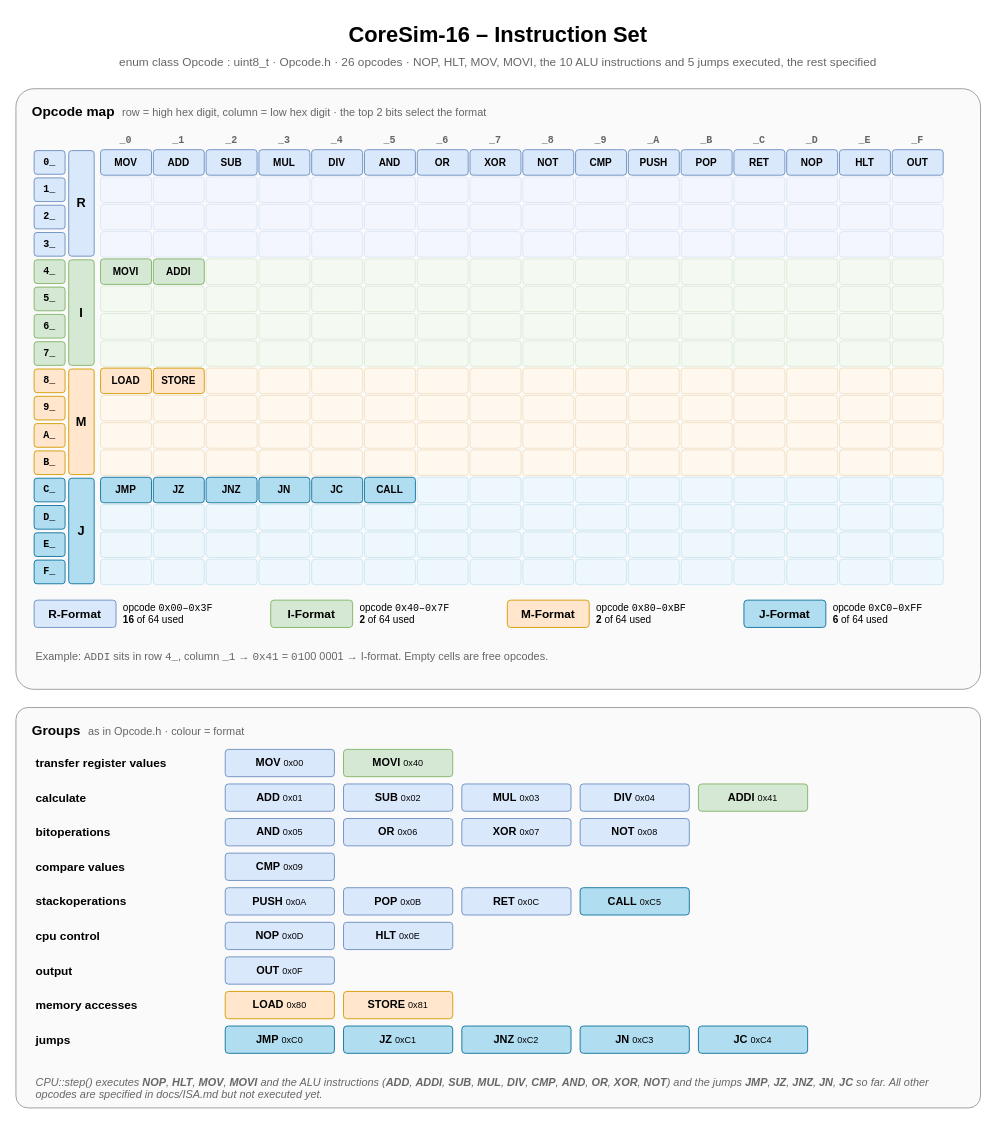
The draw.io diagram diagrams/isa.drawio in kpolet2010-hue/CoreSim, before the edit. Source tidied: cells renumbered, new cells numbered last; positions are measured from the earlier drawing's top-left corner, leaving out a move shared by most shapes. Both pictures are drawn from the tidied source at 91%, with x=0, y=0 at pixel (15, 15).
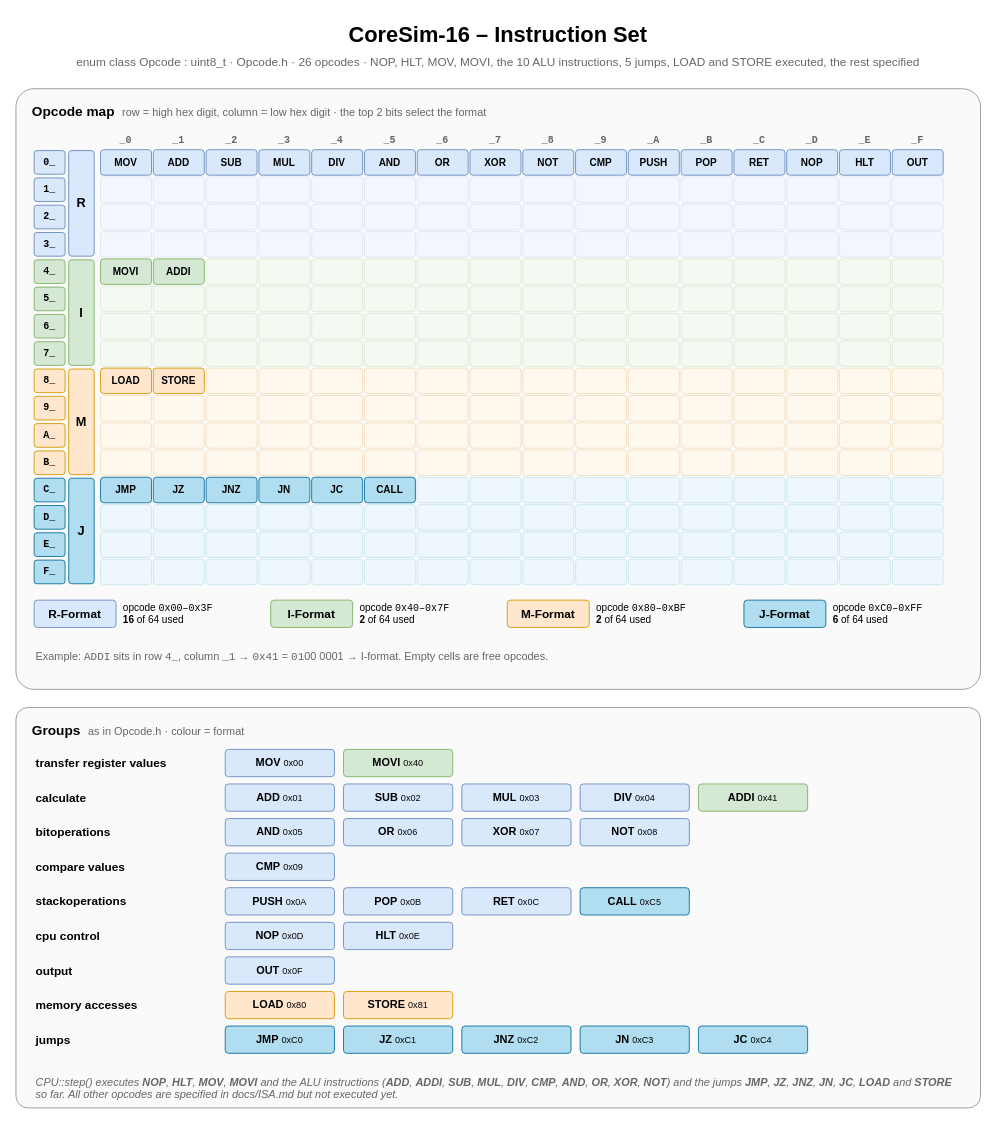
The same page after the edit.

Commit message (it also covers changes not shown here):
docs: document read16, write16, LOAD and STORE

Diff of the diagram source:
```diff
@@
-    <mxCell id="3" value="enum class Opcode : uint8_t &amp;middot; Opcode.h &amp;middot; 26 opcodes &amp;middot; NOP, HLT, MOV, MOVI, the 10 ALU instructions and 5 jumps executed, the rest specified" style="text;html=1;strokeColor=none;fillColor=none;whiteSpace=wrap;fontFamily=Helvetica;fontSize=13;fontColor=#666666;align=center;" parent="1" vertex="1">
+    <mxCell id="3" value="enum class Opcode : uint8_t &amp;middot; Opcode.h &amp;middot; 26 opcodes &amp;middot; NOP, HLT, MOV, MOVI, the 10 ALU instructions, 5 jumps, LOAD and STORE executed, the rest specified" style="text;html=1;strokeColor=none;fillColor=none;whiteSpace=wrap;fontFamily=Helvetica;fontSize=13;fontColor=#666666;align=center;" parent="1" vertex="1">
       <mxGeometry y="36" width="1060" height="24" as="geometry" />
     </mxCell>
@@
-    <mxCell id="342" value="&lt;i&gt;CPU::step() executes &lt;b&gt;NOP&lt;/b&gt;, &lt;b&gt;HLT&lt;/b&gt;, &lt;b&gt;MOV&lt;/b&gt;, &lt;b&gt;MOVI&lt;/b&gt; and the ALU instructions (&lt;b&gt;ADD&lt;/b&gt;, &lt;b&gt;ADDI&lt;/b&gt;, &lt;b&gt;SUB&lt;/b&gt;, &lt;b&gt;MUL&lt;/b&gt;, &lt;b&gt;DIV&lt;/b&gt;, &lt;b&gt;CMP&lt;/b&gt;, &lt;b&gt;AND&lt;/b&gt;, &lt;b&gt;OR&lt;/b&gt;, &lt;b&gt;XOR&lt;/b&gt;, &lt;b&gt;NOT&lt;/b&gt;) and the jumps &lt;b&gt;JMP&lt;/b&gt;, &lt;b&gt;JZ&lt;/b&gt;, &lt;b&gt;JNZ&lt;/b&gt;, &lt;b&gt;JN&lt;/b&gt;, &lt;b&gt;JC&lt;/b&gt; so far. All other opcodes are specified in docs/ISA.md but not executed yet.&lt;/i&gt;" style="text;html=1;strokeColor=none;fillColor=none;whiteSpace=wrap;fontFamily=Helvetica;fontSize=12;fontColor=#666666;align=left;" parent="1" vertex="1">
+    <mxCell id="342" value="&lt;i&gt;CPU::step() executes &lt;b&gt;NOP&lt;/b&gt;, &lt;b&gt;HLT&lt;/b&gt;, &lt;b&gt;MOV&lt;/b&gt;, &lt;b&gt;MOVI&lt;/b&gt; and the ALU instructions (&lt;b&gt;ADD&lt;/b&gt;, &lt;b&gt;ADDI&lt;/b&gt;, &lt;b&gt;SUB&lt;/b&gt;, &lt;b&gt;MUL&lt;/b&gt;, &lt;b&gt;DIV&lt;/b&gt;, &lt;b&gt;CMP&lt;/b&gt;, &lt;b&gt;AND&lt;/b&gt;, &lt;b&gt;OR&lt;/b&gt;, &lt;b&gt;XOR&lt;/b&gt;, &lt;b&gt;NOT&lt;/b&gt;) and the jumps &lt;b&gt;JMP&lt;/b&gt;, &lt;b&gt;JZ&lt;/b&gt;, &lt;b&gt;JNZ&lt;/b&gt;, &lt;b&gt;JN&lt;/b&gt;, &lt;b&gt;JC&lt;/b&gt;, &lt;b&gt;LOAD&lt;/b&gt; and &lt;b&gt;STORE&lt;/b&gt; so far. All other opcodes are specified in docs/ISA.md but not executed yet.&lt;/i&gt;" style="text;html=1;strokeColor=none;fillColor=none;whiteSpace=wrap;fontFamily=Helvetica;fontSize=12;fontColor=#666666;align=left;" parent="1" vertex="1">
       <mxGeometry x="20" y="1158" width="1020" height="24" as="geometry" />
     </mxCell>
```
